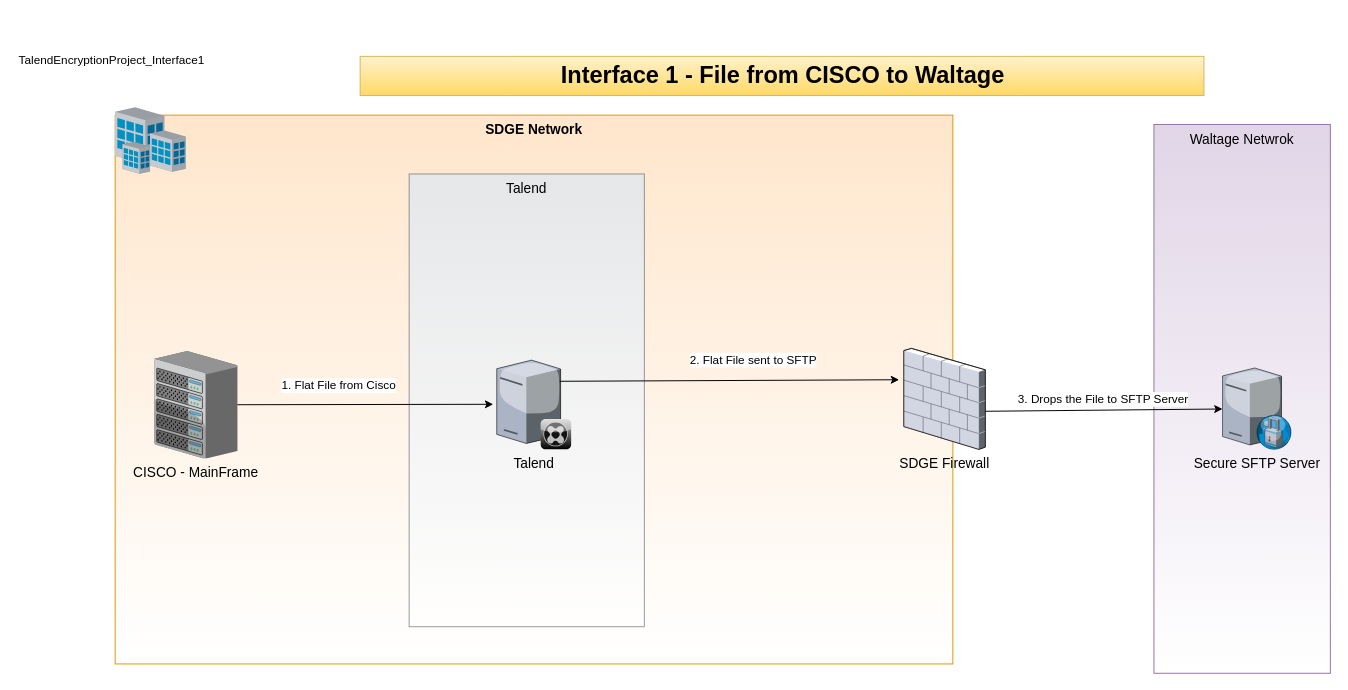
This is Untitled Diagram.drawio from reach2nipun/IntegrationDiagrams, a draw.io file, before an edit. Source tidied: cells renumbered, new cells numbered last; positions are measured from the earlier drawing's top-left corner, leaving out a move shared by most shapes. Both pictures are drawn from the tidied source at 98%, with x=0, y=0 at pixel (17, 46).
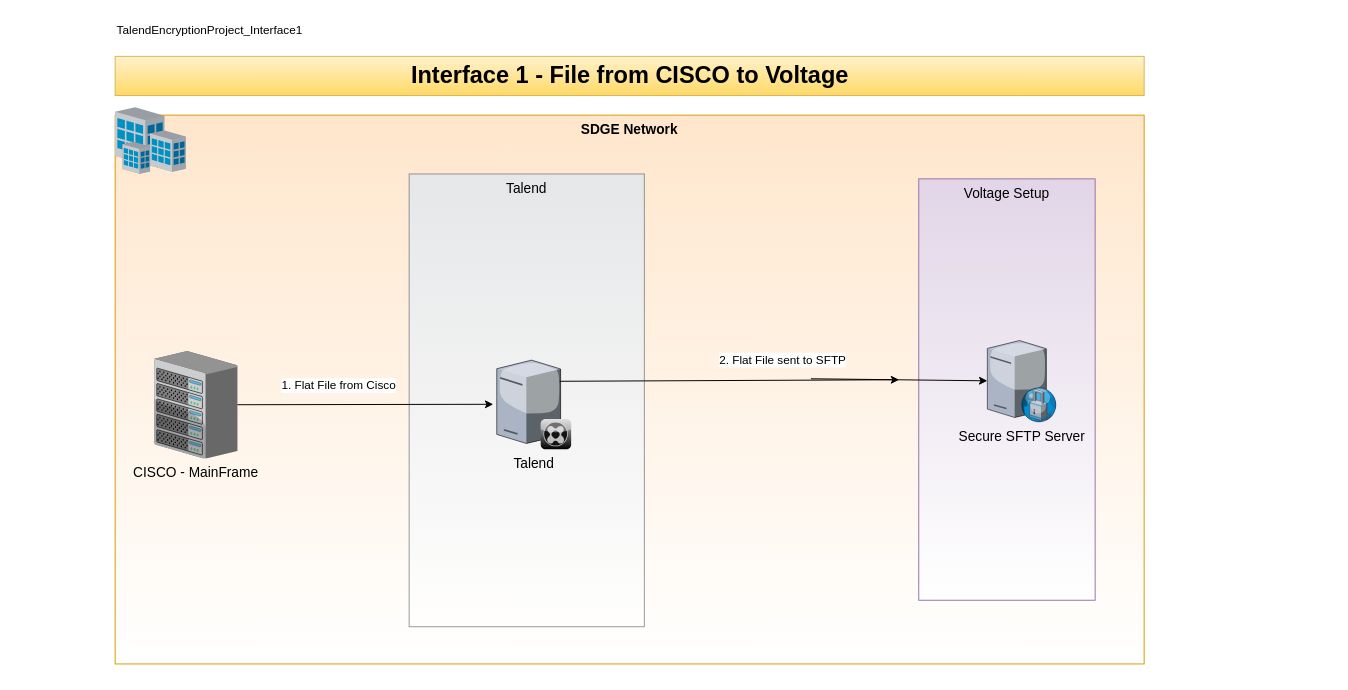
The same page after the edit.

The change refers to these unchanged cells:
```xml
<mxCell id="13" style="endArrow=classic;html=1;exitX=0.845;exitY=0.237;exitDx=0;exitDy=0;exitPerimeter=0;" parent="1" edge="1" source="5">
  <mxGeometry relative="1" as="geometry">
    <mxPoint x="900" y="340" as="targetPoint" />
  </mxGeometry>
</mxCell>
```

Change to the diagram source:
```diff
@@
     <mxCell id="2" value="&lt;b&gt;SDGE Network&lt;/b&gt;" style="whiteSpace=wrap;html=1;fillColor=#ffe6cc;fontSize=14;strokeColor=#d79b00;verticalAlign=top;gradientColor=#ffffff;" parent="1" vertex="1">
-      <mxGeometry x="100" y="70" width="854.8" height="560" as="geometry" />
+      <mxGeometry x="100" y="70" width="1050" height="560" as="geometry" />
     </mxCell>
@@
-    <mxCell id="4" value="Waltage Netwrok" style="whiteSpace=wrap;html=1;fillColor=#e1d5e7;fontSize=14;strokeColor=#9673a6;verticalAlign=top;gradientColor=#ffffff;" parent="1" vertex="1">
-      <mxGeometry x="1160" y="79.5" width="180" height="560" as="geometry" />
+    <mxCell id="4" value="Voltage Setup" style="whiteSpace=wrap;html=1;fillColor=#e1d5e7;fontSize=14;strokeColor=#9673a6;verticalAlign=top;gradientColor=#ffffff;" parent="1" vertex="1">
+      <mxGeometry x="920" y="135" width="180" height="430" as="geometry" />
     </mxCell>
@@
-    <mxCell id="7" value="SDGE Firewall" style="verticalLabelPosition=bottom;html=1;verticalAlign=top;strokeColor=none;shape=mxgraph.citrix.firewall;fillColor=#66B2FF;gradientColor=#0066CC;fontSize=14;" parent="1" vertex="1">
-      <mxGeometry x="904.8" y="308" width="83.1" height="103" as="geometry" />
-    </mxCell>
     <mxCell id="8" value="Secure SFTP Server" style="verticalLabelPosition=bottom;html=1;verticalAlign=top;strokeColor=none;shape=mxgraph.citrix.proxy_server;fillColor=#66B2FF;gradientColor=#0066CC;fontSize=14;" parent="1" vertex="1">
-      <mxGeometry x="1230" y="328" width="70.5" height="83" as="geometry" />
+      <mxGeometry x="990" y="300" width="70.5" height="83" as="geometry" />
     </mxCell>
@@
-    <mxCell id="10" value="Interface 1 - File from CISCO to Waltage" style="text;strokeColor=#d6b656;fillColor=#fff2cc;html=1;fontSize=24;fontStyle=1;verticalAlign=middle;align=center;gradientColor=#ffd966;" parent="1" vertex="1">
-      <mxGeometry x="350" y="10" width="861" height="40" as="geometry" />
+    <mxCell id="10" value="Interface 1 - File from CISCO to Voltage" style="text;strokeColor=#d6b656;fillColor=#fff2cc;html=1;fontSize=24;fontStyle=1;verticalAlign=middle;align=center;gradientColor=#ffd966;" parent="1" vertex="1">
+      <mxGeometry x="100" y="10" width="1050" height="40" as="geometry" />
     </mxCell>
@@
     <mxCell id="14" value="2. Flat File sent to SFTP" style="text;html=1;align=center;verticalAlign=middle;labelBackgroundColor=#ffffff;rotation=0;" parent="13" vertex="1">
       <mxGeometry x="-0.25" y="-1" relative="1" as="geometry">
-        <mxPoint x="66.8" y="-22" as="offset" />
+        <mxPoint x="96.4" y="-22" as="offset" />
       </mxGeometry>
     </mxCell>
-    <mxCell id="15" style="endArrow=classic;html=1;exitX=1.003;exitY=0.623;exitDx=0;exitDy=0;exitPerimeter=0;" parent="1" edge="1" source="7" target="8">
-      <mxGeometry relative="1" as="geometry" />
+    <mxCell id="15" style="endArrow=classic;html=1;" parent="1" edge="1" target="8">
+      <mxGeometry relative="1" as="geometry">
+        <mxPoint x="810" y="339" as="sourcePoint" />
+      </mxGeometry>
     </mxCell>
-    <mxCell id="16" value="3. Drops the File to SFTP Server" style="text;html=1;align=center;verticalAlign=middle;labelBackgroundColor=#ffffff;" parent="15" vertex="1">
-      <mxGeometry x="0.35" y="2" relative="1" as="geometry">
-        <mxPoint x="-43.8" y="-9.1" as="offset" />
-      </mxGeometry>
-    </mxCell>
     <mxCell id="17" value="TalendEncryptionProject_Interface1" style="text;html=1;" parent="1" vertex="1">
-      <mxGeometry width="210" height="30" as="geometry" />
+      <mxGeometry x="100" y="-30" width="210" height="30" as="geometry" />
     </mxCell>
```
